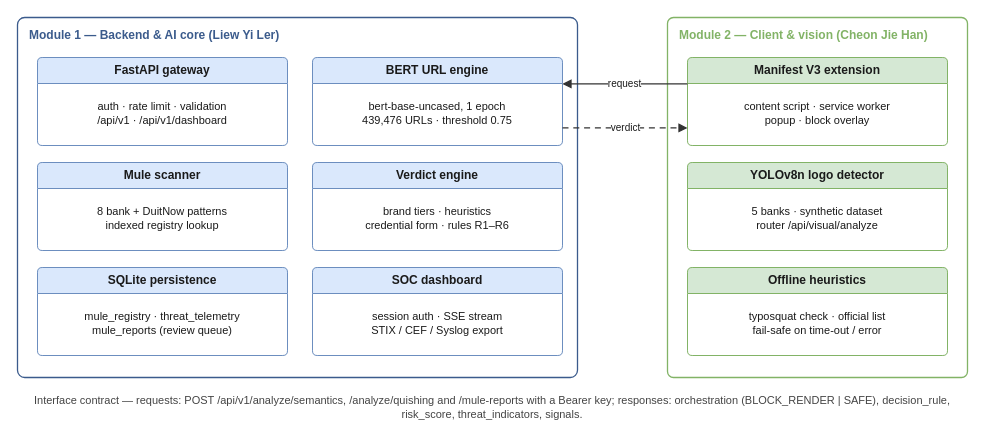
Above: report/diagrams_drawio/module_boundary.drawio in KunTheNoobie/PhishGuard-AI-Complete (draw.io), before the change. Source tidied: cells renumbered, new cells numbered last; positions are measured from the earlier drawing's top-left corner, leaving out a move shared by most shapes. Both pictures are drawn from the tidied source at 100%, with x=0, y=0 at pixel (17, 17).
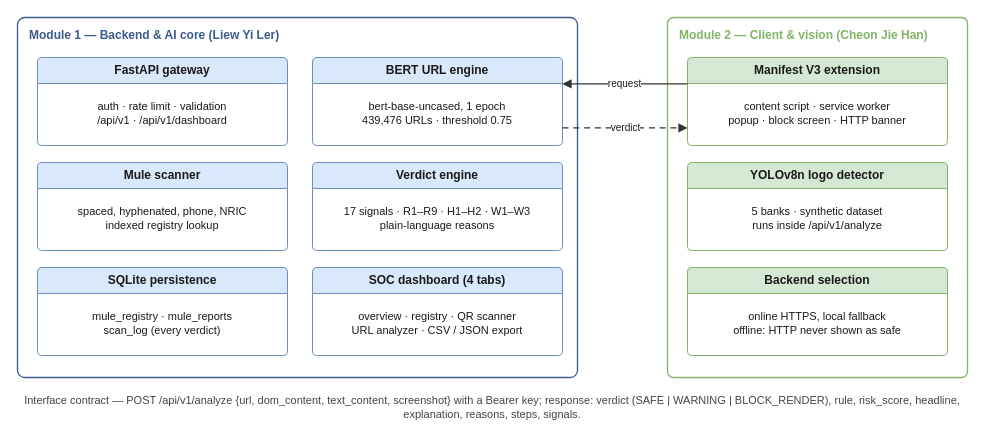
After the change.

The change refers to these unchanged cells:
```xml
<mxCell id="8" value="Mule scanner" style="swimlane;html=1;whiteSpace=wrap;startSize=26;rounded=1;arcSize=6;fillColor=#DAE8FC;swimlaneFillColor=#FFFFFF;strokeColor=#6C8EBF;fontFamily=Arial;fontSize=12;fontStyle=1;fontColor=#1A1A1A;" parent="1" vertex="1">
  <mxGeometry x="20" y="145" width="250" height="88" as="geometry" />
</mxCell>
<mxCell id="10" value="Verdict engine" style="swimlane;html=1;whiteSpace=wrap;startSize=26;rounded=1;arcSize=6;fillColor=#DAE8FC;swimlaneFillColor=#FFFFFF;strokeColor=#6C8EBF;fontFamily=Arial;fontSize=12;fontStyle=1;fontColor=#1A1A1A;" parent="1" vertex="1">
  <mxGeometry x="295" y="145" width="250" height="88" as="geometry" />
</mxCell>
<mxCell id="12" value="SQLite persistence" style="swimlane;html=1;whiteSpace=wrap;startSize=26;rounded=1;arcSize=6;fillColor=#DAE8FC;swimlaneFillColor=#FFFFFF;strokeColor=#6C8EBF;fontFamily=Arial;fontSize=12;fontStyle=1;fontColor=#1A1A1A;" parent="1" vertex="1">
  <mxGeometry x="20" y="250" width="250" height="88" as="geometry" />
</mxCell>
<mxCell id="16" value="Manifest V3 extension" style="swimlane;html=1;whiteSpace=wrap;startSize=26;rounded=1;arcSize=6;fillColor=#D5E8D4;swimlaneFillColor=#FFFFFF;strokeColor=#82B366;fontFamily=Arial;fontSize=12;fontStyle=1;fontColor=#1A1A1A;" parent="1" vertex="1">
  <mxGeometry x="670" y="40" width="260" height="88" as="geometry" />
</mxCell>
<mxCell id="18" value="YOLOv8n logo detector" style="swimlane;html=1;whiteSpace=wrap;startSize=26;rounded=1;arcSize=6;fillColor=#D5E8D4;swimlaneFillColor=#FFFFFF;strokeColor=#82B366;fontFamily=Arial;fontSize=12;fontStyle=1;fontColor=#1A1A1A;" parent="1" vertex="1">
  <mxGeometry x="670" y="145" width="260" height="88" as="geometry" />
</mxCell>
```

The edit, as a diff of the source:
```diff
@@
-    <mxCell id="9" value="&lt;span style=&quot;font-size:11px&quot;&gt;8 bank + DuitNow patterns&lt;/span&gt;&lt;br&gt;&lt;span style=&quot;font-size:11px&quot;&gt;indexed registry lookup&lt;/span&gt;" style="text;html=1;whiteSpace=wrap;align=center;verticalAlign=middle;fontFamily=Arial;fontSize=11;fontColor=#1A1A1A;spacing=4;" parent="8" vertex="1">
+    <mxCell id="9" value="&lt;span style=&quot;font-size:11px&quot;&gt;spaced, hyphenated, phone, NRIC&lt;/span&gt;&lt;br&gt;&lt;span style=&quot;font-size:11px&quot;&gt;indexed registry lookup&lt;/span&gt;" style="text;html=1;whiteSpace=wrap;align=center;verticalAlign=middle;fontFamily=Arial;fontSize=11;fontColor=#1A1A1A;spacing=4;" parent="8" vertex="1">
       <mxGeometry x="4" y="26" width="242" height="60" as="geometry" />
     </mxCell>
@@
-    <mxCell id="11" value="&lt;span style=&quot;font-size:11px&quot;&gt;brand tiers · heuristics&lt;/span&gt;&lt;br&gt;&lt;span style=&quot;font-size:11px&quot;&gt;credential form · rules R1–R6&lt;/span&gt;" style="text;html=1;whiteSpace=wrap;align=center;verticalAlign=middle;fontFamily=Arial;fontSize=11;fontColor=#1A1A1A;spacing=4;" parent="10" vertex="1">
+    <mxCell id="11" value="&lt;span style=&quot;font-size:11px&quot;&gt;17 signals · R1–R9 · H1–H2 · W1–W3&lt;/span&gt;&lt;br&gt;&lt;span style=&quot;font-size:11px&quot;&gt;plain-language reasons&lt;/span&gt;" style="text;html=1;whiteSpace=wrap;align=center;verticalAlign=middle;fontFamily=Arial;fontSize=11;fontColor=#1A1A1A;spacing=4;" parent="10" vertex="1">
       <mxGeometry x="4" y="26" width="242" height="60" as="geometry" />
     </mxCell>
@@
-    <mxCell id="13" value="&lt;span style=&quot;font-size:11px&quot;&gt;mule_registry · threat_telemetry&lt;/span&gt;&lt;br&gt;&lt;span style=&quot;font-size:11px&quot;&gt;mule_reports (review queue)&lt;/span&gt;" style="text;html=1;whiteSpace=wrap;align=center;verticalAlign=middle;fontFamily=Arial;fontSize=11;fontColor=#1A1A1A;spacing=4;" parent="12" vertex="1">
+    <mxCell id="13" value="&lt;span style=&quot;font-size:11px&quot;&gt;mule_registry · mule_reports&lt;/span&gt;&lt;br&gt;&lt;span style=&quot;font-size:11px&quot;&gt;scan_log (every verdict)&lt;/span&gt;" style="text;html=1;whiteSpace=wrap;align=center;verticalAlign=middle;fontFamily=Arial;fontSize=11;fontColor=#1A1A1A;spacing=4;" parent="12" vertex="1">
       <mxGeometry x="4" y="26" width="242" height="60" as="geometry" />
     </mxCell>
-    <mxCell id="14" value="SOC dashboard" style="swimlane;html=1;whiteSpace=wrap;startSize=26;rounded=1;arcSize=6;fillColor=#DAE8FC;swimlaneFillColor=#FFFFFF;strokeColor=#6C8EBF;fontFamily=Arial;fontSize=12;fontStyle=1;fontColor=#1A1A1A;" parent="1" vertex="1">
+    <mxCell id="14" value="SOC dashboard (4 tabs)" style="swimlane;html=1;whiteSpace=wrap;startSize=26;rounded=1;arcSize=6;fillColor=#DAE8FC;swimlaneFillColor=#FFFFFF;strokeColor=#6C8EBF;fontFamily=Arial;fontSize=12;fontStyle=1;fontColor=#1A1A1A;" parent="1" vertex="1">
       <mxGeometry x="295" y="250" width="250" height="88" as="geometry" />
     </mxCell>
-    <mxCell id="15" value="&lt;span style=&quot;font-size:11px&quot;&gt;session auth · SSE stream&lt;/span&gt;&lt;br&gt;&lt;span style=&quot;font-size:11px&quot;&gt;STIX / CEF / Syslog export&lt;/span&gt;" style="text;html=1;whiteSpace=wrap;align=center;verticalAlign=middle;fontFamily=Arial;fontSize=11;fontColor=#1A1A1A;spacing=4;" parent="14" vertex="1">
+    <mxCell id="15" value="&lt;span style=&quot;font-size:11px&quot;&gt;overview · registry · QR scanner&lt;/span&gt;&lt;br&gt;&lt;span style=&quot;font-size:11px&quot;&gt;URL analyzer · CSV / JSON export&lt;/span&gt;" style="text;html=1;whiteSpace=wrap;align=center;verticalAlign=middle;fontFamily=Arial;fontSize=11;fontColor=#1A1A1A;spacing=4;" parent="14" vertex="1">
       <mxGeometry x="4" y="26" width="242" height="60" as="geometry" />
     </mxCell>
@@
-    <mxCell id="17" value="&lt;span style=&quot;font-size:11px&quot;&gt;content script · service worker&lt;/span&gt;&lt;br&gt;&lt;span style=&quot;font-size:11px&quot;&gt;popup · block overlay&lt;/span&gt;" style="text;html=1;whiteSpace=wrap;align=center;verticalAlign=middle;fontFamily=Arial;fontSize=11;fontColor=#1A1A1A;spacing=4;" parent="16" vertex="1">
+    <mxCell id="17" value="&lt;span style=&quot;font-size:11px&quot;&gt;content script · service worker&lt;/span&gt;&lt;br&gt;&lt;span style=&quot;font-size:11px&quot;&gt;popup · block screen · HTTP banner&lt;/span&gt;" style="text;html=1;whiteSpace=wrap;align=center;verticalAlign=middle;fontFamily=Arial;fontSize=11;fontColor=#1A1A1A;spacing=4;" parent="16" vertex="1">
       <mxGeometry x="4" y="26" width="252" height="60" as="geometry" />
     </mxCell>
@@
-    <mxCell id="19" value="&lt;span style=&quot;font-size:11px&quot;&gt;5 banks · synthetic dataset&lt;/span&gt;&lt;br&gt;&lt;span style=&quot;font-size:11px&quot;&gt;router /api/visual/analyze&lt;/span&gt;" style="text;html=1;whiteSpace=wrap;align=center;verticalAlign=middle;fontFamily=Arial;fontSize=11;fontColor=#1A1A1A;spacing=4;" parent="18" vertex="1">
+    <mxCell id="19" value="&lt;span style=&quot;font-size:11px&quot;&gt;5 banks · synthetic dataset&lt;/span&gt;&lt;br&gt;&lt;span style=&quot;font-size:11px&quot;&gt;runs inside /api/v1/analyze&lt;/span&gt;" style="text;html=1;whiteSpace=wrap;align=center;verticalAlign=middle;fontFamily=Arial;fontSize=11;fontColor=#1A1A1A;spacing=4;" parent="18" vertex="1">
       <mxGeometry x="4" y="26" width="252" height="60" as="geometry" />
     </mxCell>
-    <mxCell id="20" value="Offline heuristics" style="swimlane;html=1;whiteSpace=wrap;startSize=26;rounded=1;arcSize=6;fillColor=#D5E8D4;swimlaneFillColor=#FFFFFF;strokeColor=#82B366;fontFamily=Arial;fontSize=12;fontStyle=1;fontColor=#1A1A1A;" parent="1" vertex="1">
+    <mxCell id="20" value="Backend selection" style="swimlane;html=1;whiteSpace=wrap;startSize=26;rounded=1;arcSize=6;fillColor=#D5E8D4;swimlaneFillColor=#FFFFFF;strokeColor=#82B366;fontFamily=Arial;fontSize=12;fontStyle=1;fontColor=#1A1A1A;" parent="1" vertex="1">
       <mxGeometry x="670" y="250" width="260" height="88" as="geometry" />
     </mxCell>
-    <mxCell id="21" value="&lt;span style=&quot;font-size:11px&quot;&gt;typosquat check · official list&lt;/span&gt;&lt;br&gt;&lt;span style=&quot;font-size:11px&quot;&gt;fail-safe on time-out / error&lt;/span&gt;" style="text;html=1;whiteSpace=wrap;align=center;verticalAlign=middle;fontFamily=Arial;fontSize=11;fontColor=#1A1A1A;spacing=4;" parent="20" vertex="1">
+    <mxCell id="21" value="&lt;span style=&quot;font-size:11px&quot;&gt;online HTTPS, local fallback&lt;/span&gt;&lt;br&gt;&lt;span style=&quot;font-size:11px&quot;&gt;offline: HTTP never shown as safe&lt;/span&gt;" style="text;html=1;whiteSpace=wrap;align=center;verticalAlign=middle;fontFamily=Arial;fontSize=11;fontColor=#1A1A1A;spacing=4;" parent="20" vertex="1">
       <mxGeometry x="4" y="26" width="252" height="60" as="geometry" />
     </mxCell>
@@
-    <mxCell id="24" value="Interface contract — requests: POST /api/v1/analyze/semantics, /analyze/quishing and /mule-reports with a Bearer key; responses: orchestration (BLOCK_RENDER | SAFE), decision_rule, risk_score, threat_indicators, signals." style="text;html=1;whiteSpace=wrap;align=center;verticalAlign=middle;fontFamily=Arial;fontSize=11;fontColor=#444444;fontStyle=0;spacing=2;" parent="1" vertex="1">
+    <mxCell id="24" value="Interface contract — POST /api/v1/analyze {url, dom_content, text_content, screenshot} with a Bearer key; response: verdict (SAFE | WARNING | BLOCK_RENDER), rule, risk_score, headline, explanation, reasons, steps, signals." style="text;html=1;whiteSpace=wrap;align=center;verticalAlign=middle;fontFamily=Arial;fontSize=11;fontColor=#444444;fontStyle=0;spacing=2;" parent="1" vertex="1">
       <mxGeometry y="370" width="950" height="40" as="geometry" />
     </mxCell>
```
